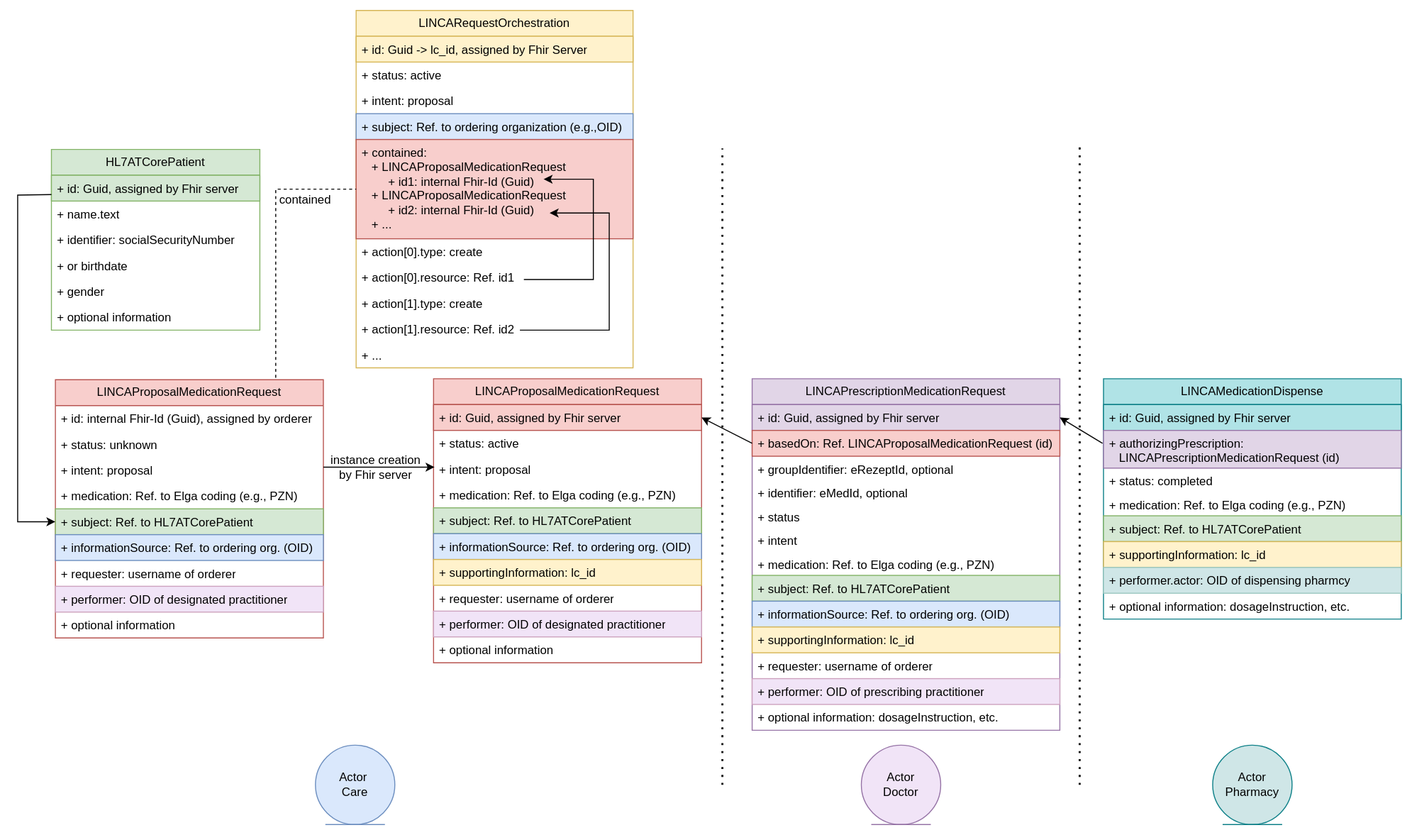
HL7Austria/LinkedCare keeps this draw.io diagram as input/images/LINCA_resources_details.svg. Above is the earlier version. Source tidied: cells renumbered, new cells last; positions are measured from the earlier drawing's top-left corner, leaving out a move shared by most shapes.
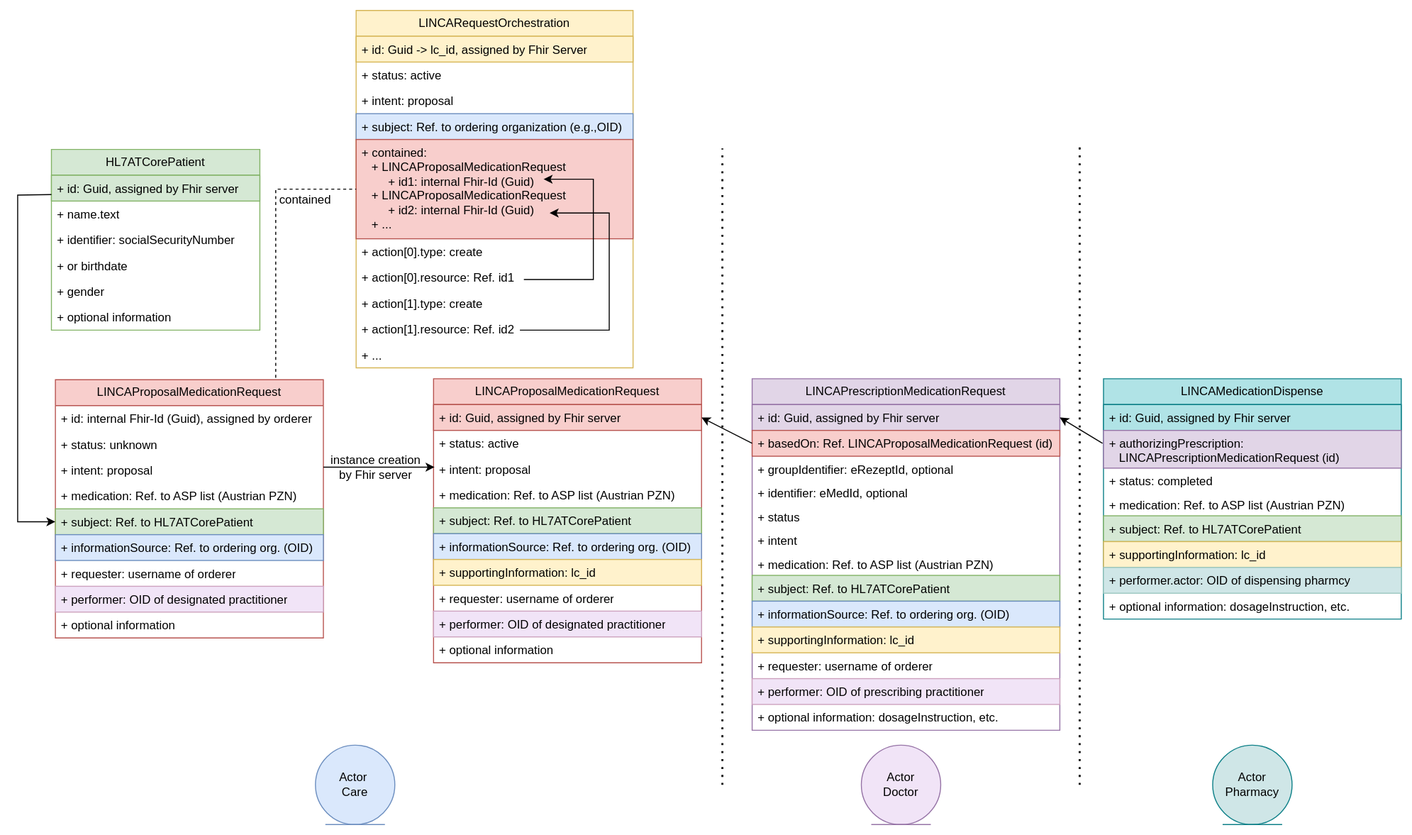
Above is the later version.

Change to the diagram source:
```diff
@@ -88,7 +88,7 @@
     <mxCell id="25" value="+ intent: proposal" style="text;strokeColor=none;fillColor=none;align=left;verticalAlign=top;spacingLeft=4;spacingRight=4;overflow=hidden;whiteSpace=wrap;html=1;" parent="22" vertex="1">
       <mxGeometry y="78" width="270" height="26" as="geometry" />
     </mxCell>
-    <mxCell id="26" value="+ medication: Ref. to Elga coding (e.g., PZN)" style="text;strokeColor=none;fillColor=none;align=left;verticalAlign=top;spacingLeft=4;spacingRight=4;overflow=hidden;whiteSpace=wrap;html=1;" parent="22" vertex="1">
+    <mxCell id="26" value="+ medication: Ref. to ASP list (Austrian PZN)" style="text;strokeColor=none;fillColor=none;align=left;verticalAlign=top;spacingLeft=4;spacingRight=4;overflow=hidden;whiteSpace=wrap;html=1;" parent="22" vertex="1">
       <mxGeometry y="104" width="270" height="26" as="geometry" />
     </mxCell>
     <mxCell id="27" value="+ subject: Ref. to HL7ATCorePatient" style="text;strokeColor=#82b366;fillColor=#d5e8d4;align=left;verticalAlign=top;spacingLeft=4;spacingRight=4;overflow=hidden;points=[[0,0.5],[1,0.5]];portConstraint=eastwest;whiteSpace=wrap;html=1;" parent="22" vertex="1">
@@ -118,7 +118,7 @@
     <mxCell id="35" value="+ intent: proposal" style="text;strokeColor=none;fillColor=none;align=left;verticalAlign=top;spacingLeft=4;spacingRight=4;overflow=hidden;whiteSpace=wrap;html=1;" parent="32" vertex="1">
       <mxGeometry y="78" width="270" height="26" as="geometry" />
     </mxCell>
-    <mxCell id="36" value="+ medication: Ref. to Elga coding (e.g., PZN)" style="text;strokeColor=none;fillColor=none;align=left;verticalAlign=top;spacingLeft=4;spacingRight=4;overflow=hidden;whiteSpace=wrap;html=1;" parent="32" vertex="1">
+    <mxCell id="36" value="+ medication: Ref. to ASP list (Austrian PZN)" style="text;strokeColor=none;fillColor=none;align=left;verticalAlign=top;spacingLeft=4;spacingRight=4;overflow=hidden;whiteSpace=wrap;html=1;" parent="32" vertex="1">
       <mxGeometry y="104" width="270" height="26" as="geometry" />
     </mxCell>
     <mxCell id="37" value="+ subject: Ref. to HL7ATCorePatient" style="text;strokeColor=#82b366;fillColor=#d5e8d4;align=left;verticalAlign=top;spacingLeft=4;spacingRight=4;overflow=hidden;whiteSpace=wrap;html=1;" parent="32" vertex="1">
@@ -174,7 +174,7 @@
     <mxCell id="52" value="+ intent" style="text;strokeColor=none;fillColor=none;align=left;verticalAlign=top;spacingLeft=4;spacingRight=4;overflow=hidden;whiteSpace=wrap;html=1;" parent="46" vertex="1">
       <mxGeometry y="150" width="310" height="24" as="geometry" />
     </mxCell>
-    <mxCell id="53" value="+ medication: Ref. to Elga coding (e.g., PZN)" style="text;strokeColor=none;fillColor=none;align=left;verticalAlign=top;spacingLeft=4;spacingRight=4;overflow=hidden;whiteSpace=wrap;html=1;" parent="46" vertex="1">
+    <mxCell id="53" value="+ medication: Ref. to ASP list (Austrian PZN)" style="text;strokeColor=none;fillColor=none;align=left;verticalAlign=top;spacingLeft=4;spacingRight=4;overflow=hidden;whiteSpace=wrap;html=1;" parent="46" vertex="1">
       <mxGeometry y="174" width="310" height="24" as="geometry" />
     </mxCell>
     <mxCell id="54" value="+ subject: Ref. to HL7ATCorePatient" style="text;strokeColor=#82b366;fillColor=#d5e8d4;align=left;verticalAlign=top;spacingLeft=4;spacingRight=4;overflow=hidden;whiteSpace=wrap;html=1;" parent="46" vertex="1">
@@ -207,7 +207,7 @@
     <mxCell id="63" value="+ status: completed" style="text;strokeColor=none;fillColor=none;align=left;verticalAlign=top;spacingLeft=4;spacingRight=4;overflow=hidden;whiteSpace=wrap;html=1;" parent="60" vertex="1">
       <mxGeometry y="90" width="300" height="24" as="geometry" />
     </mxCell>
-    <mxCell id="64" value="+ medication: Ref. to Elga coding (e.g., PZN)" style="text;strokeColor=none;fillColor=none;align=left;verticalAlign=top;spacingLeft=4;spacingRight=4;overflow=hidden;whiteSpace=wrap;html=1;" parent="60" vertex="1">
+    <mxCell id="64" value="+ medication: Ref. to ASP list (Austrian PZN)" style="text;strokeColor=none;fillColor=none;align=left;verticalAlign=top;spacingLeft=4;spacingRight=4;overflow=hidden;whiteSpace=wrap;html=1;" parent="60" vertex="1">
       <mxGeometry y="114" width="300" height="24" as="geometry" />
     </mxCell>
     <mxCell id="65" value="+ subject: Ref. to HL7ATCorePatient" style="text;strokeColor=#82b366;fillColor=#d5e8d4;align=left;verticalAlign=top;spacingLeft=4;spacingRight=4;overflow=hidden;whiteSpace=wrap;html=1;" parent="60" vertex="1">
```
